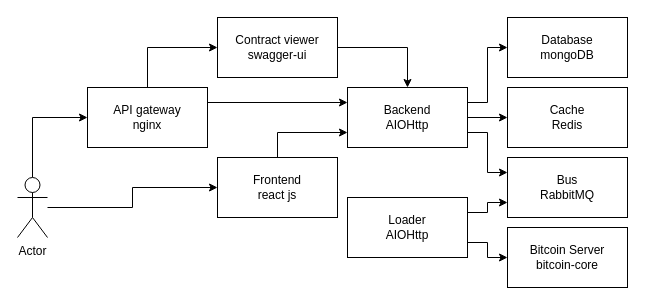
Above: architecture.drawio in mas-student/softwarearchitect-2019-11-explorer (draw.io), before the change. Source tidied: cells renumbered, new cells numbered last; positions are measured from the earlier drawing's top-left corner, leaving out a move shared by most shapes. Both pictures are drawn from the tidied source at 100%, with x=0, y=0 at pixel (17, 17).
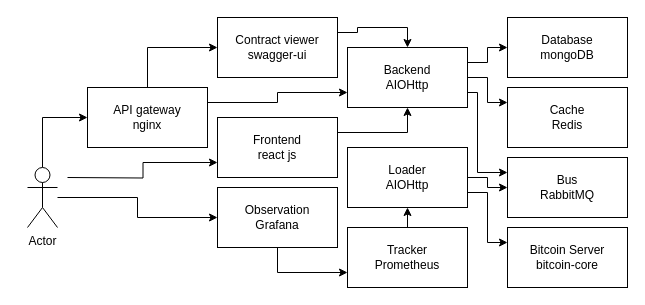
After the change.

The change refers to these unchanged cells:
```xml
<mxCell id="4" value="&lt;div&gt;API gateway&lt;/div&gt;&lt;div&gt;nginx&lt;br&gt;&lt;/div&gt;" style="rounded=0;whiteSpace=wrap;html=1;" parent="1" vertex="1">
  <mxGeometry x="70" y="70" width="120" height="60" as="geometry" />
</mxCell>
<mxCell id="6" value="&lt;div&gt;Contract viewer&lt;br&gt;&lt;/div&gt;&lt;div&gt;swagger-ui&lt;/div&gt;" style="rounded=0;whiteSpace=wrap;html=1;" parent="1" vertex="1">
  <mxGeometry x="200" width="120" height="60" as="geometry" />
</mxCell>
<mxCell id="15" value="&lt;div&gt;B&lt;span&gt;us&lt;/span&gt;&lt;/div&gt;&lt;div&gt;RabbitMQ&lt;/div&gt;" style="rounded=0;whiteSpace=wrap;html=1;" parent="1" vertex="1">
  <mxGeometry x="490" y="140" width="120" height="60" as="geometry" />
</mxCell>
<mxCell id="19" value="&lt;div&gt;Bitcoin Server&lt;br&gt;&lt;/div&gt;&lt;div&gt;bitcoin-core&lt;/div&gt;" style="rounded=0;whiteSpace=wrap;html=1;" parent="1" vertex="1">
  <mxGeometry x="490" y="210" width="120" height="60" as="geometry" />
</mxCell>
<mxCell id="22" value="&lt;div&gt;Cache&lt;/div&gt;&lt;div&gt;Redis&lt;/div&gt;" style="rounded=0;whiteSpace=wrap;html=1;" parent="1" vertex="1">
  <mxGeometry x="490" y="70" width="120" height="60" as="geometry" />
</mxCell>
```

Diff of the diagram source:
```diff
@@
-    <mxCell id="3" style="edgeStyle=orthogonalEdgeStyle;rounded=0;jettySize=auto;html=1;exitX=1;exitY=0.25;exitDx=0;exitDy=0;entryX=0;entryY=0.25;entryDx=0;entryDy=0;" parent="1" edge="1" source="4" target="10">
+    <mxCell id="3" style="edgeStyle=orthogonalEdgeStyle;rounded=0;jettySize=auto;html=1;exitX=1;exitY=0.25;exitDx=0;exitDy=0;entryX=0;entryY=0.75;entryDx=0;entryDy=0;" parent="1" edge="1" source="4" target="10">
       <mxGeometry relative="1" as="geometry" />
     </mxCell>
@@
-    <mxCell id="5" style="edgeStyle=orthogonalEdgeStyle;rounded=0;jettySize=auto;html=1;entryX=0.5;entryY=0;entryDx=0;entryDy=0;exitX=1;exitY=0.5;exitDx=0;exitDy=0;" parent="1" edge="1" source="6" target="10">
+    <mxCell id="5" style="edgeStyle=orthogonalEdgeStyle;rounded=0;jettySize=auto;html=1;entryX=0.5;entryY=0;entryDx=0;entryDy=0;exitX=1;exitY=0.25;exitDx=0;exitDy=0;" parent="1" edge="1" source="6" target="10">
       <mxGeometry relative="1" as="geometry" />
     </mxCell>
@@
     <mxCell id="8" style="edgeStyle=orthogonalEdgeStyle;rounded=0;jettySize=auto;html=1;exitX=1;exitY=0.75;exitDx=0;exitDy=0;entryX=0;entryY=0.25;entryDx=0;entryDy=0;" parent="1" edge="1" source="10" target="15">
-      <mxGeometry relative="1" as="geometry" />
+      <mxGeometry relative="1" as="geometry">
+        <Array as="points">
+          <mxPoint x="460" y="75" />
+          <mxPoint x="460" y="155" />
+        </Array>
+      </mxGeometry>
     </mxCell>
-    <mxCell id="9" style="edgeStyle=orthogonalEdgeStyle;rounded=0;jettySize=auto;html=1;exitX=1;exitY=0.5;exitDx=0;exitDy=0;entryX=0;entryY=0.5;entryDx=0;entryDy=0;" parent="1" edge="1" source="10" target="22">
+    <mxCell id="9" style="edgeStyle=orthogonalEdgeStyle;rounded=0;jettySize=auto;html=1;exitX=1;exitY=0.5;exitDx=0;exitDy=0;entryX=0;entryY=0.25;entryDx=0;entryDy=0;" parent="1" edge="1" source="10" target="22">
       <mxGeometry relative="1" as="geometry" />
     </mxCell>
     <mxCell id="10" value="&lt;div&gt;Backend&lt;/div&gt;&lt;div&gt;AIOHttp&lt;br&gt;&lt;/div&gt;" style="rounded=0;whiteSpace=wrap;html=1;" parent="1" vertex="1">
-      <mxGeometry x="330" y="70" width="120" height="60" as="geometry" />
+      <mxGeometry x="330" y="30" width="120" height="60" as="geometry" />
     </mxCell>
@@
-    <mxCell id="12" style="edgeStyle=orthogonalEdgeStyle;rounded=0;jettySize=auto;html=1;" parent="1" edge="1" source="13" target="21">
-      <mxGeometry relative="1" as="geometry" />
+    <mxCell id="12" style="edgeStyle=orthogonalEdgeStyle;rounded=0;jettySize=auto;html=1;entryX=0;entryY=0.75;entryDx=0;entryDy=0;" parent="1" edge="1" target="21">
+      <mxGeometry relative="1" as="geometry">
+        <mxPoint x="50" y="160" as="sourcePoint" />
+      </mxGeometry>
     </mxCell>
+    <mxCell id="23" style="edgeStyle=orthogonalEdgeStyle;rounded=0;jettySize=auto;html=1;entryX=0;entryY=0.5;entryDx=0;entryDy=0;" parent="1" edge="1" source="13" target="25">
+      <mxGeometry relative="1" as="geometry" />
+    </mxCell>
     <mxCell id="13" value="Actor" style="shape=umlActor;verticalLabelPosition=bottom;labelBackgroundColor=#ffffff;verticalAlign=top;html=1;outlineConnect=0;" parent="1" vertex="1">
-      <mxGeometry y="160" width="30" height="60" as="geometry" />
+      <mxGeometry x="10" y="150" width="30" height="60" as="geometry" />
     </mxCell>
@@
-    <mxCell id="16" style="edgeStyle=orthogonalEdgeStyle;rounded=0;jettySize=auto;html=1;exitX=1;exitY=0.25;exitDx=0;exitDy=0;entryX=0;entryY=0.75;entryDx=0;entryDy=0;" parent="1" edge="1" source="18" target="15">
+    <mxCell id="16" style="edgeStyle=orthogonalEdgeStyle;rounded=0;jettySize=auto;html=1;exitX=1;exitY=0.5;exitDx=0;exitDy=0;entryX=0;entryY=0.5;entryDx=0;entryDy=0;" parent="1" edge="1" source="18" target="15">
       <mxGeometry relative="1" as="geometry" />
     </mxCell>
-    <mxCell id="17" style="edgeStyle=orthogonalEdgeStyle;rounded=0;jettySize=auto;html=1;exitX=1;exitY=0.75;exitDx=0;exitDy=0;" parent="1" edge="1" source="18" target="19">
+    <mxCell id="17" style="edgeStyle=orthogonalEdgeStyle;rounded=0;jettySize=auto;html=1;exitX=1;exitY=0.75;exitDx=0;exitDy=0;entryX=0;entryY=0.25;entryDx=0;entryDy=0;" parent="1" edge="1" source="18" target="19">
       <mxGeometry relative="1" as="geometry" />
     </mxCell>
     <mxCell id="18" value="&lt;div&gt;&lt;span&gt;Loader&lt;/span&gt;&lt;/div&gt;&lt;div&gt;AIOHttp&lt;br&gt;&lt;/div&gt;" style="rounded=0;whiteSpace=wrap;html=1;" parent="1" vertex="1">
-      <mxGeometry x="330" y="180" width="120" height="60" as="geometry" />
+      <mxGeometry x="330" y="130" width="120" height="60" as="geometry" />
     </mxCell>
@@
-    <mxCell id="20" style="edgeStyle=orthogonalEdgeStyle;rounded=0;jettySize=auto;html=1;entryX=0;entryY=0.75;entryDx=0;entryDy=0;exitX=0.5;exitY=0;exitDx=0;exitDy=0;" parent="1" edge="1" source="21" target="10">
+    <mxCell id="20" style="edgeStyle=orthogonalEdgeStyle;rounded=0;jettySize=auto;html=1;exitX=1;exitY=0.25;exitDx=0;exitDy=0;entryX=0.5;entryY=1;entryDx=0;entryDy=0;" parent="1" edge="1" source="21" target="10">
       <mxGeometry relative="1" as="geometry" />
     </mxCell>
     <mxCell id="21" value="&lt;div&gt;Frontend&lt;br&gt;&lt;/div&gt;&lt;div&gt;react js&lt;/div&gt;" style="rounded=0;whiteSpace=wrap;html=1;" parent="1" vertex="1">
-      <mxGeometry x="200" y="140" width="120" height="60" as="geometry" />
+      <mxGeometry x="200" y="100" width="120" height="60" as="geometry" />
     </mxCell>
@@
+    <mxCell id="24" style="edgeStyle=orthogonalEdgeStyle;rounded=0;jettySize=auto;html=1;exitX=0.5;exitY=1;exitDx=0;exitDy=0;entryX=0;entryY=0.75;entryDx=0;entryDy=0;" parent="1" edge="1" source="25" target="27">
+      <mxGeometry relative="1" as="geometry" />
+    </mxCell>
+    <mxCell id="25" value="&lt;div&gt;Observation&lt;/div&gt;&lt;div&gt;Grafana&lt;/div&gt;" style="rounded=0;whiteSpace=wrap;html=1;" parent="1" vertex="1">
+      <mxGeometry x="200" y="170" width="120" height="60" as="geometry" />
+    </mxCell>
+    <mxCell id="26" style="edgeStyle=orthogonalEdgeStyle;rounded=0;jettySize=auto;html=1;exitX=0.5;exitY=0;exitDx=0;exitDy=0;entryX=0.5;entryY=1;entryDx=0;entryDy=0;" parent="1" edge="1" source="27" target="18">
+      <mxGeometry relative="1" as="geometry" />
+    </mxCell>
+    <mxCell id="27" value="&lt;div&gt;Tracker&lt;/div&gt;&lt;div&gt;Prometheus&lt;/div&gt;" style="rounded=0;whiteSpace=wrap;html=1;" parent="1" vertex="1">
+      <mxGeometry x="330" y="210" width="120" height="60" as="geometry" />
+    </mxCell>
```
